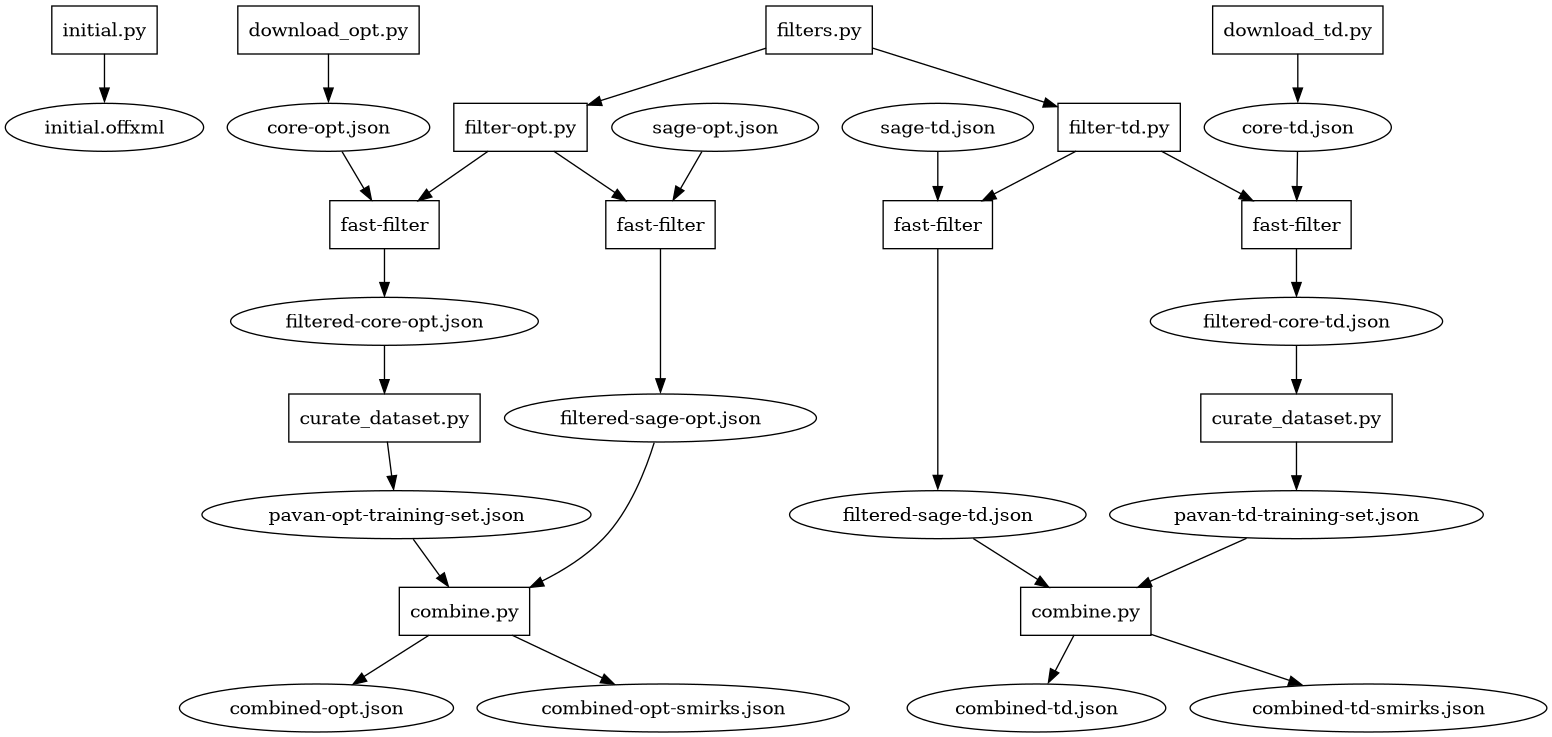
ntBre/valence-fitting keeps this Graphviz diagram as graph/graph.png. Above is the earlier version. Its source is kept beside it as graph/graph.dot.
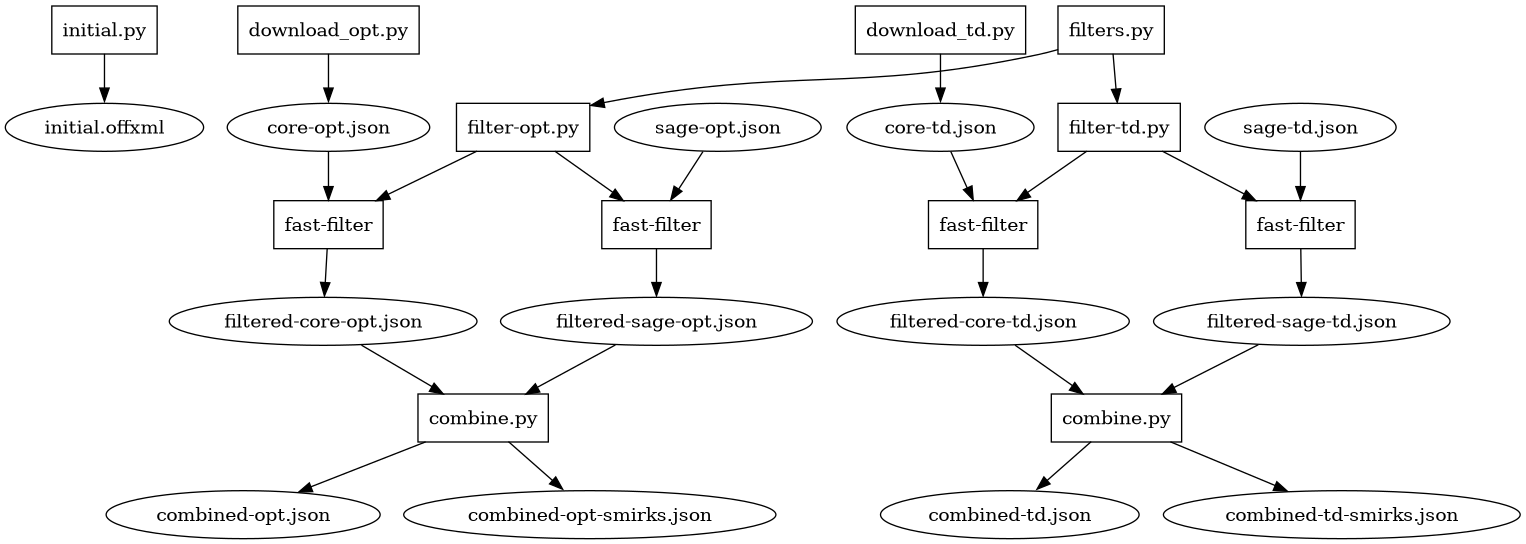
Later version of the same file.

Commit message:
update graph to match deleted curation step

The edit, as a diff of the source:
```diff
@@ -13,8 +13,6 @@
     ff_td_sage [label="fast-filter", shape=record]
     combine_opt [label="combine.py", shape=record]
     combine_td [label="combine.py", shape=record]
-    curate_opt [label="curate_dataset.py", shape=record]
-    curate_td [label="curate_dataset.py", shape=record]
 
     "initial.py" -> "initial.offxml"
 
@@ -34,17 +32,12 @@
     { "sage-td.json", filter_td } -> ff_td_sage
     ff_td_sage -> "filtered-sage-td.json"
 
+    { rank=same "filtered-sage-opt.json", "filtered-sage-td.json",
+    "filtered-core-opt.json" }
 
-    { "filtered-core-opt.json" } -> curate_opt -> {
-    "pavan-opt-training-set.json" }
+    { "filtered-core-opt.json", "filtered-sage-opt.json" } -> combine_opt
 
-
-    { "filtered-core-td.json" } -> curate_td -> { "pavan-td-training-set.json" }
-
-
-    { "pavan-opt-training-set.json", "filtered-sage-opt.json" } -> combine_opt
-
-    { "pavan-td-training-set.json", "filtered-sage-td.json" } -> combine_td
+    { "filtered-core-td.json", "filtered-sage-td.json" } -> combine_td
 
     combine_opt -> { "combined-opt.json", "combined-opt-smirks.json" }
 
```
